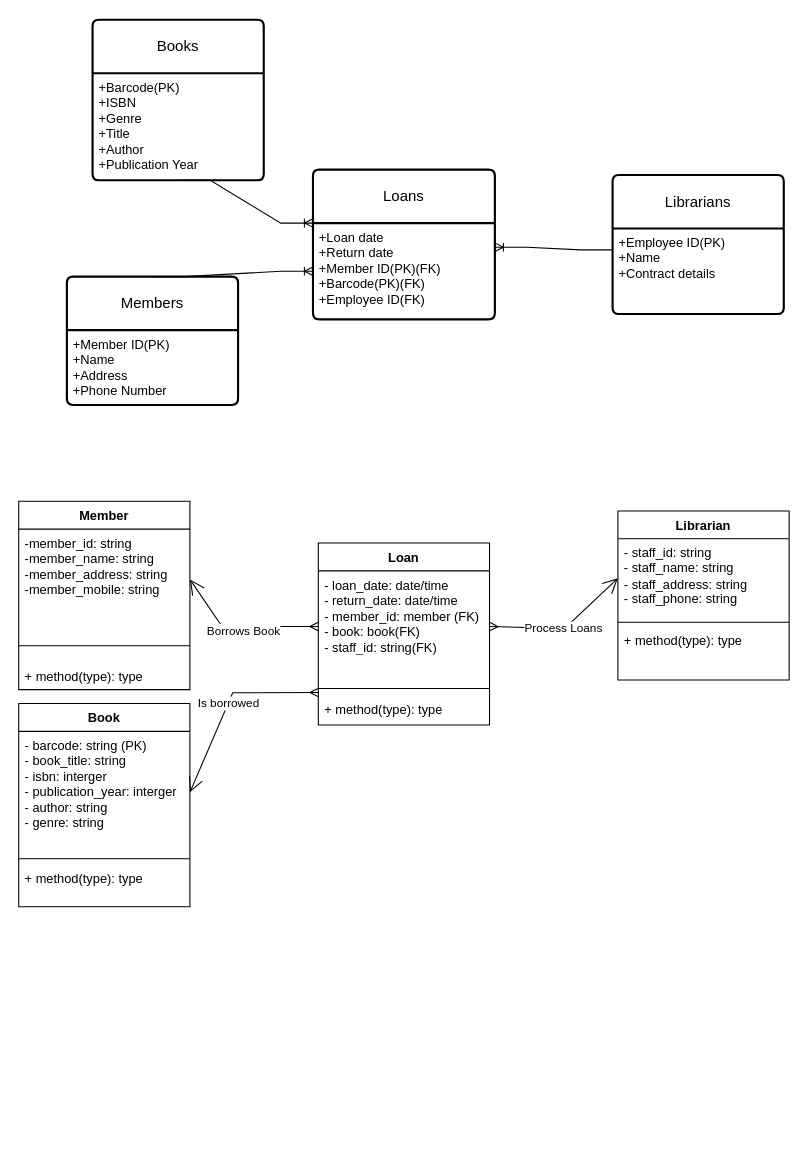
The draw.io diagram thursdaylibrary.drawio in mischaq7/at1, before the edit. Source tidied: cells renumbered, new cells numbered last; positions are measured from the earlier drawing's top-left corner, leaving out a move shared by most shapes. Both pictures are drawn from the tidied source at 107%, with x=0, y=0 at pixel (18, 9).
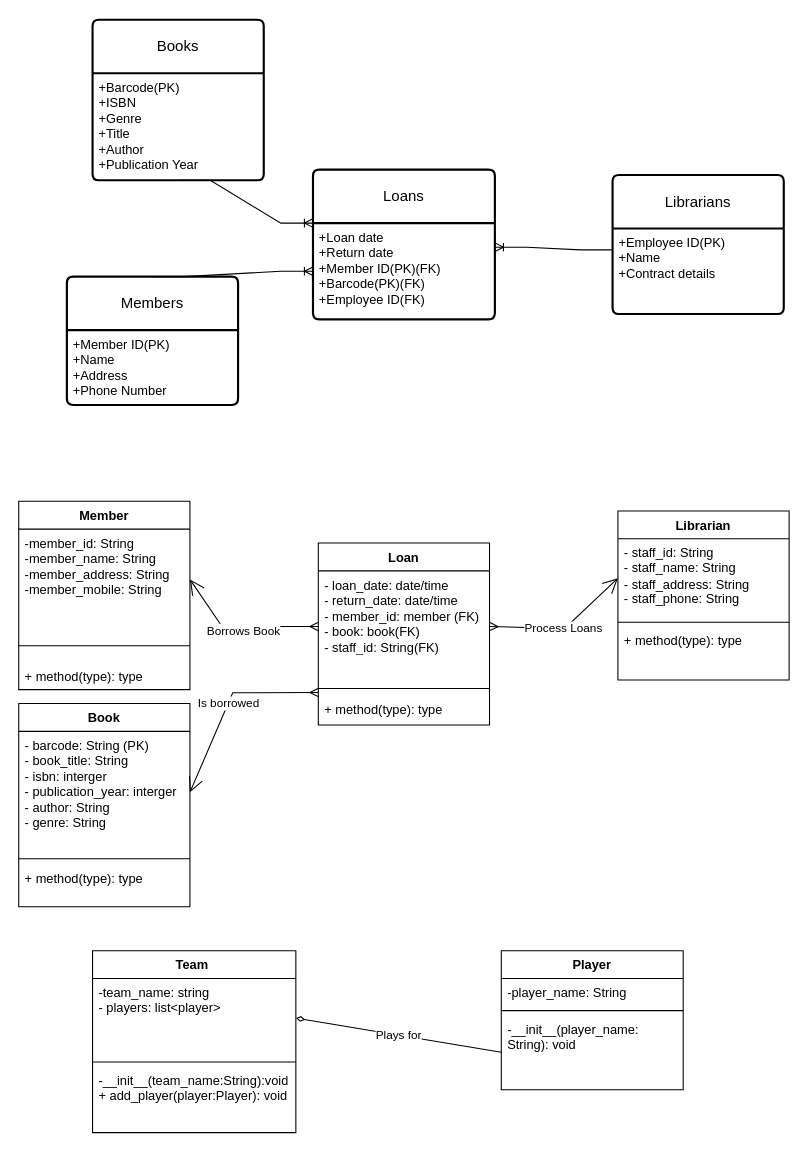
After the change.

Unchanged cells that the change refers to:
```xml
<mxCell id="13" value="Librarian" style="swimlane;fontStyle=1;align=center;verticalAlign=top;horizontal=1;startSize=26;whiteSpace=wrap;html=1;" parent="1" vertex="1">
  <mxGeometry x="560" y="469" width="160" height="158" as="geometry" />
</mxCell>
<mxCell id="17" value="Member" style="swimlane;fontStyle=1;align=center;verticalAlign=top;horizontal=1;startSize=26;whiteSpace=wrap;html=1;" parent="1" vertex="1">
  <mxGeometry y="460" width="160" height="176" as="geometry" />
</mxCell>
<mxCell id="21" value="Loan" style="swimlane;fontStyle=1;align=center;verticalAlign=top;horizontal=1;startSize=26;whiteSpace=wrap;html=1;" parent="1" vertex="1">
  <mxGeometry x="280" y="499" width="160" height="170" as="geometry" />
</mxCell>
<mxCell id="25" value="Book" style="swimlane;fontStyle=1;align=center;verticalAlign=top;horizontal=1;startSize=26;whiteSpace=wrap;html=1;" parent="1" vertex="1">
  <mxGeometry y="649" width="160" height="190" as="geometry" />
</mxCell>
```

Diff of the diagram source:
```diff
@@
-    <mxCell id="14" value="- staff_id: string&lt;div&gt;- staff_name: string&lt;/div&gt;&lt;div&gt;- staff_address: string&lt;/div&gt;&lt;div&gt;- staff_phone: string&lt;/div&gt;&lt;div&gt;&lt;br&gt;&lt;div&gt;&lt;br&gt;&lt;/div&gt;&lt;/div&gt;" style="text;strokeColor=none;fillColor=none;align=left;verticalAlign=top;spacingLeft=4;spacingRight=4;overflow=hidden;points=[[0,0.5],[1,0.5]];portConstraint=eastwest;whiteSpace=wrap;html=1;" parent="13" vertex="1">
+    <mxCell id="14" value="- staff_id: String&lt;div&gt;- staff_name: String&lt;/div&gt;&lt;div&gt;- staff_address: String&lt;/div&gt;&lt;div&gt;- staff_phone: String&lt;/div&gt;&lt;div&gt;&lt;br&gt;&lt;div&gt;&lt;br&gt;&lt;/div&gt;&lt;/div&gt;" style="text;strokeColor=none;fillColor=none;align=left;verticalAlign=top;spacingLeft=4;spacingRight=4;overflow=hidden;points=[[0,0.5],[1,0.5]];portConstraint=eastwest;whiteSpace=wrap;html=1;" parent="13" vertex="1">
       <mxGeometry y="26" width="160" height="74" as="geometry" />
     </mxCell>
@@
-    <mxCell id="18" value="-member_id: string&lt;div&gt;-member_name: string&lt;/div&gt;&lt;div&gt;-member_address: string&lt;/div&gt;&lt;div&gt;-member_mobile: string&lt;/div&gt;" style="text;strokeColor=none;fillColor=none;align=left;verticalAlign=top;spacingLeft=4;spacingRight=4;overflow=hidden;points=[[0,0.5],[1,0.5]];portConstraint=eastwest;whiteSpace=wrap;html=1;" parent="17" vertex="1">
+    <mxCell id="18" value="-member_id: String&lt;div&gt;-member_name: String&lt;/div&gt;&lt;div&gt;-member_address: String&lt;/div&gt;&lt;div&gt;-member_mobile: String&lt;/div&gt;" style="text;strokeColor=none;fillColor=none;align=left;verticalAlign=top;spacingLeft=4;spacingRight=4;overflow=hidden;points=[[0,0.5],[1,0.5]];portConstraint=eastwest;whiteSpace=wrap;html=1;" parent="17" vertex="1">
       <mxGeometry y="26" width="160" height="94" as="geometry" />
     </mxCell>
@@
-    <mxCell id="22" value="- loan_date: date/time&lt;div&gt;- return_date: date/time&lt;/div&gt;&lt;div&gt;- member_id: member (FK)&lt;/div&gt;&lt;div&gt;- book: book(FK)&lt;/div&gt;&lt;div&gt;- staff_id: string(FK)&lt;/div&gt;" style="text;strokeColor=none;fillColor=none;align=left;verticalAlign=top;spacingLeft=4;spacingRight=4;overflow=hidden;points=[[0,0.5],[1,0.5]];portConstraint=eastwest;whiteSpace=wrap;html=1;" parent="21" vertex="1">
+    <mxCell id="22" value="- loan_date: date/time&lt;div&gt;- return_date: date/time&lt;/div&gt;&lt;div&gt;- member_id: member (FK)&lt;/div&gt;&lt;div&gt;- book: book(FK)&lt;/div&gt;&lt;div&gt;- staff_id: String(FK)&lt;/div&gt;" style="text;strokeColor=none;fillColor=none;align=left;verticalAlign=top;spacingLeft=4;spacingRight=4;overflow=hidden;points=[[0,0.5],[1,0.5]];portConstraint=eastwest;whiteSpace=wrap;html=1;" parent="21" vertex="1">
       <mxGeometry y="26" width="160" height="104" as="geometry" />
     </mxCell>
@@
-    <mxCell id="26" value="- barcode: string (PK)&lt;div&gt;- book_title: string&lt;/div&gt;&lt;div&gt;- isbn: interger&lt;/div&gt;&lt;div&gt;- publication_year: interger&lt;/div&gt;&lt;div&gt;- author: string&lt;/div&gt;&lt;div&gt;- genre: string&lt;/div&gt;&lt;div&gt;&lt;br&gt;&lt;/div&gt;" style="text;strokeColor=none;fillColor=none;align=left;verticalAlign=top;spacingLeft=4;spacingRight=4;overflow=hidden;points=[[0,0.5],[1,0.5]];portConstraint=eastwest;whiteSpace=wrap;html=1;" parent="25" vertex="1">
+    <mxCell id="26" value="- barcode: String (PK)&lt;div&gt;- book_title: String&lt;/div&gt;&lt;div&gt;- isbn: interger&lt;/div&gt;&lt;div&gt;- publication_year: interger&lt;/div&gt;&lt;div&gt;- author: String&lt;/div&gt;&lt;div&gt;- genre: String&lt;/div&gt;&lt;div&gt;&lt;br&gt;&lt;/div&gt;" style="text;strokeColor=none;fillColor=none;align=left;verticalAlign=top;spacingLeft=4;spacingRight=4;overflow=hidden;points=[[0,0.5],[1,0.5]];portConstraint=eastwest;whiteSpace=wrap;html=1;" parent="25" vertex="1">
       <mxGeometry y="26" width="160" height="114" as="geometry" />
     </mxCell>
@@
+    <mxCell id="32" value="Team&amp;nbsp;" style="swimlane;fontStyle=1;align=center;verticalAlign=top;horizontal=1;startSize=26;whiteSpace=wrap;html=1;" parent="1" vertex="1">
+      <mxGeometry x="69" y="880" width="190" height="170" as="geometry" />
+    </mxCell>
+    <mxCell id="33" value="-team_name: string&lt;div&gt;- players: list&amp;lt;player&amp;gt;&lt;/div&gt;" style="text;strokeColor=none;fillColor=none;align=left;verticalAlign=top;spacingLeft=4;spacingRight=4;overflow=hidden;points=[[0,0.5],[1,0.5]];portConstraint=eastwest;whiteSpace=wrap;html=1;" parent="32" vertex="1">
+      <mxGeometry y="26" width="190" height="74" as="geometry" />
+    </mxCell>
+    <mxCell id="34" style="line;strokeWidth=1;fillColor=none;align=left;verticalAlign=middle;spacingTop=-1;spacingLeft=3;spacingRight=3;labelPosition=right;strokeColor=inherit;" parent="32" vertex="1">
+      <mxGeometry y="100" width="190" height="8" as="geometry" />
+    </mxCell>
+    <mxCell id="35" value="-__init__(team_name:String):void&lt;div&gt;+ add_player(player:Player): void&lt;br&gt;&lt;div&gt;&lt;br&gt;&lt;/div&gt;&lt;/div&gt;" style="text;strokeColor=none;fillColor=none;align=left;verticalAlign=top;spacingLeft=4;spacingRight=4;overflow=hidden;whiteSpace=wrap;html=1;" parent="32" vertex="1">
+      <mxGeometry y="108" width="190" height="62" as="geometry" />
+    </mxCell>
+    <mxCell id="36" value="Player" style="swimlane;fontStyle=1;align=center;verticalAlign=top;horizontal=1;startSize=26;whiteSpace=wrap;html=1;" parent="1" vertex="1">
+      <mxGeometry x="451" y="880" width="170" height="130" as="geometry" />
+    </mxCell>
+    <mxCell id="37" value="-player_name: String" style="text;strokeColor=none;fillColor=none;align=left;verticalAlign=top;spacingLeft=4;spacingRight=4;overflow=hidden;whiteSpace=wrap;html=1;" parent="36" vertex="1">
+      <mxGeometry y="26" width="170" height="26" as="geometry" />
+    </mxCell>
+    <mxCell id="38" style="line;strokeWidth=1;fillColor=none;align=left;verticalAlign=middle;spacingTop=-1;spacingLeft=3;spacingRight=3;labelPosition=right;strokeColor=inherit;" parent="36" vertex="1">
+      <mxGeometry y="52" width="170" height="8" as="geometry" />
+    </mxCell>
+    <mxCell id="39" value="-__init__(player_name: String): void" style="text;strokeColor=none;fillColor=none;align=left;verticalAlign=top;spacingLeft=4;spacingRight=4;overflow=hidden;points=[[0,0.5],[1,0.5]];portConstraint=eastwest;whiteSpace=wrap;html=1;" parent="36" vertex="1">
+      <mxGeometry y="60" width="170" height="70" as="geometry" />
+    </mxCell>
+    <mxCell id="40" value="Plays for" style="endArrow=none;html=1;rounded=0;startArrow=diamondThin;startFill=0;exitX=1;exitY=0.5;exitDx=0;exitDy=0;entryX=0;entryY=0.5;entryDx=0;entryDy=0;targetPerimeterSpacing=1;sourcePerimeterSpacing=1;" parent="1" edge="1" source="33" target="39">
+      <mxGeometry relative="1" as="geometry" />
+    </mxCell>
```
